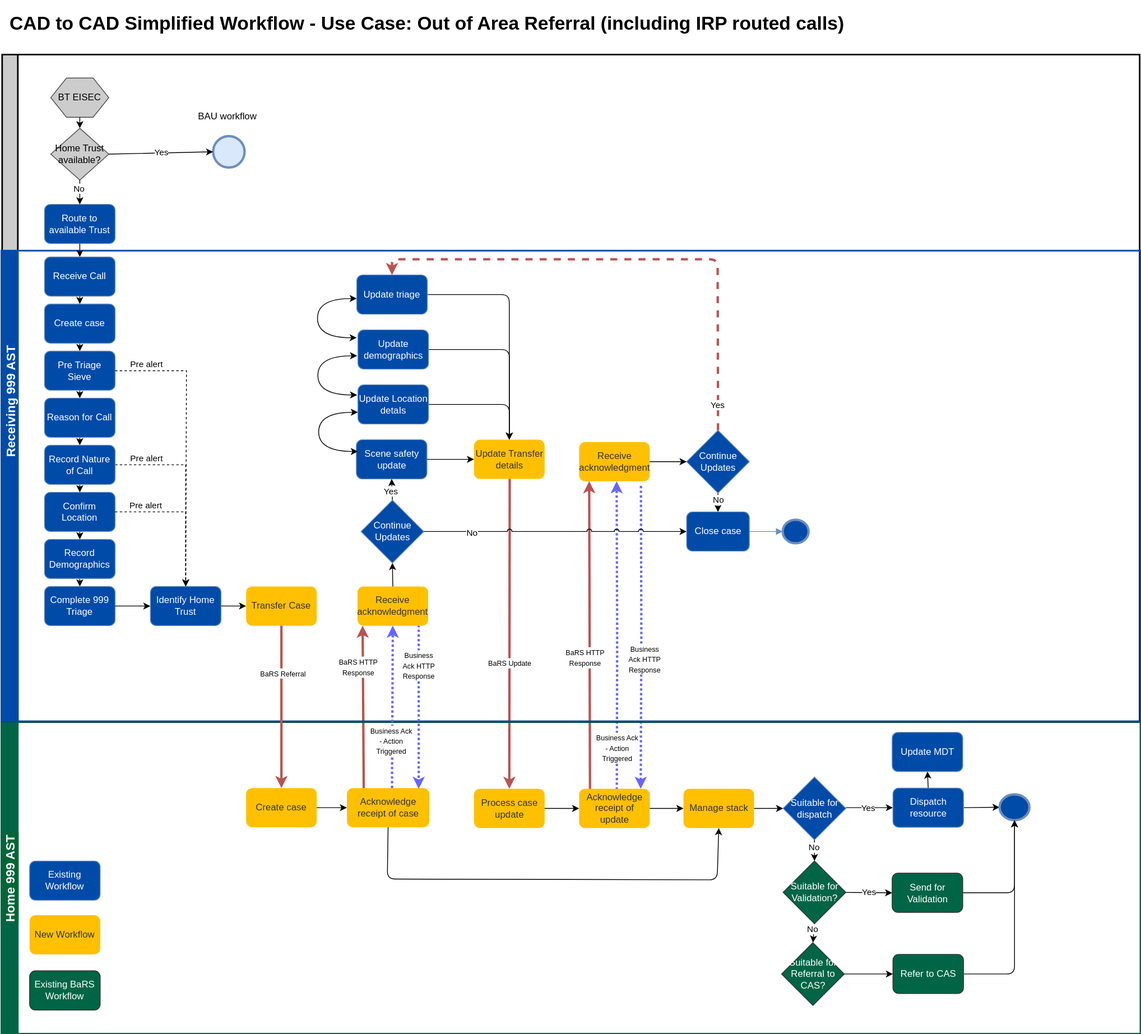
NHSDigital/NHSDigital-FHIR-BookingAndReferrals keeps this draw.io diagram as BaRS-Images/WorkFlows/CADOutOfArea-1.0.2.svg. Above is the earlier version. Source tidied: cells renumbered, new cells last; positions are measured from the earlier drawing's top-left corner, leaving out a move shared by most shapes.
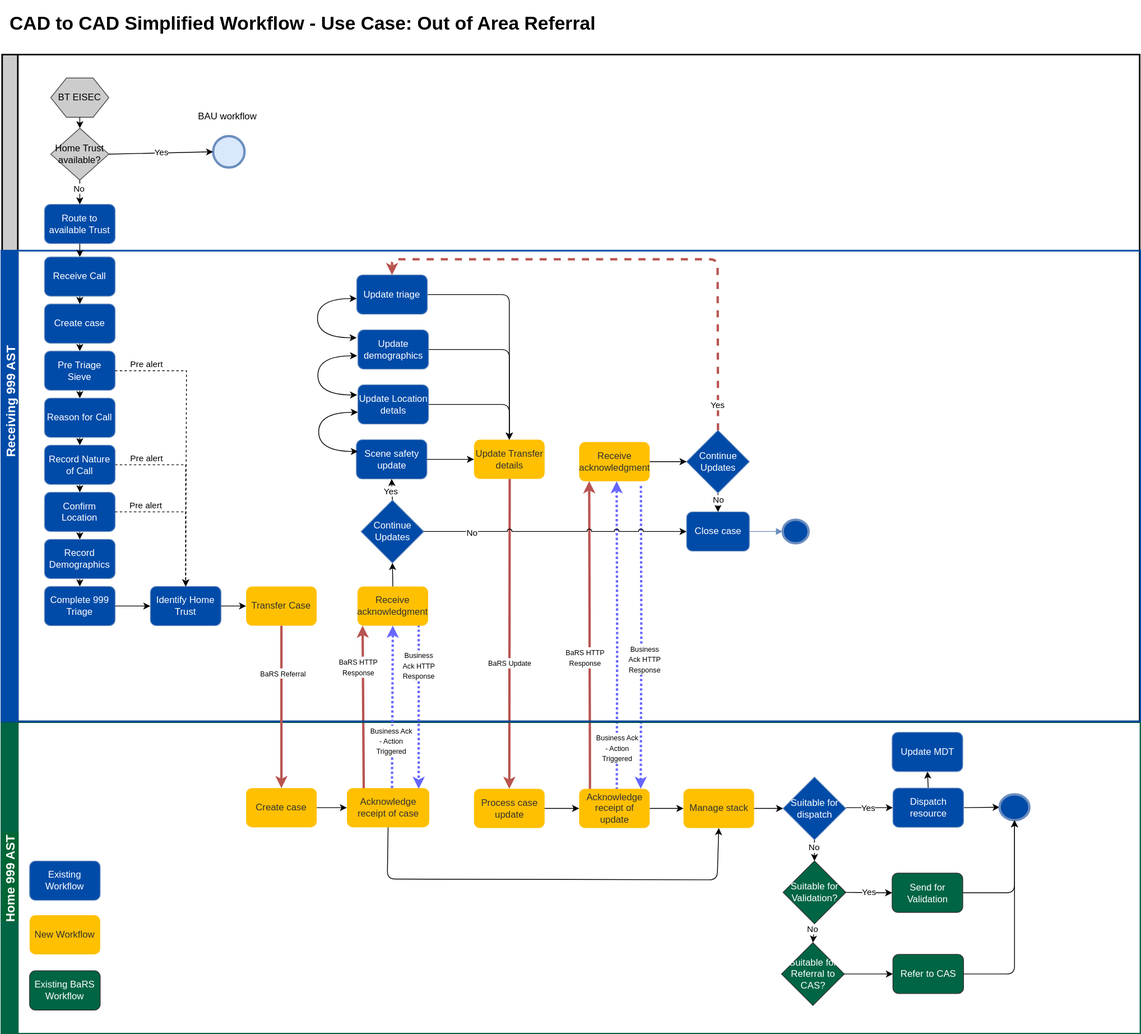
Later version of the same file.

Commit message:
Updated title to remove IRP reference

The edit, as a diff of the source:
```diff
@@ -2,7 +2,7 @@
   <root>
     <mxCell id="0" />
     <mxCell id="1" parent="0" />
-    <mxCell id="2" value="&lt;h1&gt;CAD to CAD Simplified Workflow - Use Case: Out of Area Referral (including IRP routed calls)&lt;/h1&gt;" style="text;html=1;strokeColor=none;fillColor=none;spacing=5;spacingTop=-20;whiteSpace=wrap;overflow=hidden;rounded=0;" parent="1" vertex="1">
+    <mxCell id="2" value="&lt;h1&gt;CAD to CAD Simplified Workflow - Use Case: Out of Area Referral&amp;nbsp;&lt;/h1&gt;" style="text;html=1;strokeColor=none;fillColor=none;spacing=5;spacingTop=-20;whiteSpace=wrap;overflow=hidden;rounded=0;" parent="1" vertex="1">
       <mxGeometry x="6" width="1199" height="40" as="geometry" />
     </mxCell>
     <mxCell id="3" style="endArrow=classic;html=1;rounded=0;exitX=1;exitY=0.5;exitDx=0;exitDy=0;entryX=0;entryY=0.5;entryDx=0;entryDy=0;" parent="1" edge="1" source="68" target="21">
```
